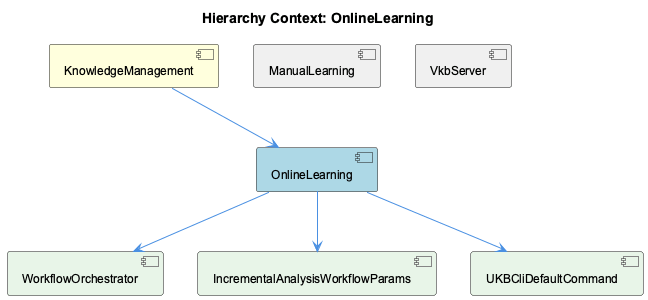
fwornle/coding keeps this PlantUML diagram as knowledge-management/insights/images/online-learning-relationship.png. Above is the earlier version.
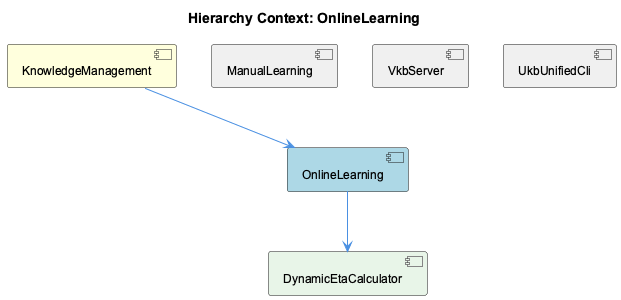
After the change.

What changed in the source:
```diff
@@ -7,15 +7,13 @@
 [OnlineLearning] as online_learning #LightBlue
 [ManualLearning] as manual_learning #F0F0F0
 [VkbServer] as vkb_server #F0F0F0
-[WorkflowOrchestrator] as workflow_orchestrator #E8F5E8
-[IncrementalAnalysisWorkflowParams] as incremental_analysis_workflow_params #E8F5E8
-[UKBCliDefaultCommand] as ukbcli_default_command #E8F5E8
+[UkbUnifiedCli] as ukb_unified_cli #F0F0F0
+[DynamicEtaCalculator] as dynamic_eta_calculator #E8F5E8
 
 knowledge_management --> online_learning
 manual_learning -[hidden]- online_learning
 vkb_server -[hidden]- online_learning
-online_learning --> workflow_orchestrator
-online_learning --> incremental_analysis_workflow_params
-online_learning --> ukbcli_default_command
+ukb_unified_cli -[hidden]- online_learning
+online_learning --> dynamic_eta_calculator
 
 @enduml
```
